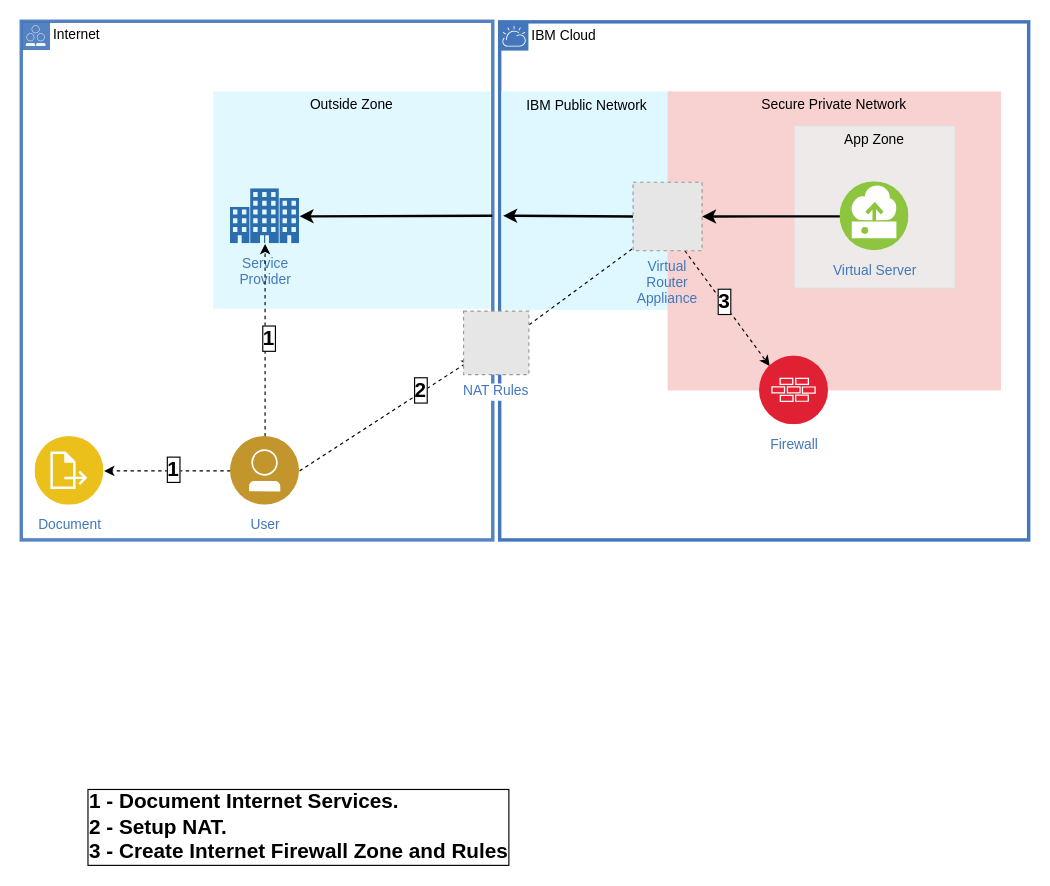
Earlier version of the draw.io diagram drawio/templates/ibm_virtual_router_appliance_NAT.drawio (ibm-cloud-architecture/ibm-cloud-stencils). Source tidied: cells renumbered, new cells numbered last; positions are measured from the earlier drawing's top-left corner, leaving out a move shared by most shapes. Both pictures are drawn from the tidied source at 115%, with x=0, y=0 at pixel (21, 21). Pictures stored in the file or linked from it are replaced by grey dashed boxes.
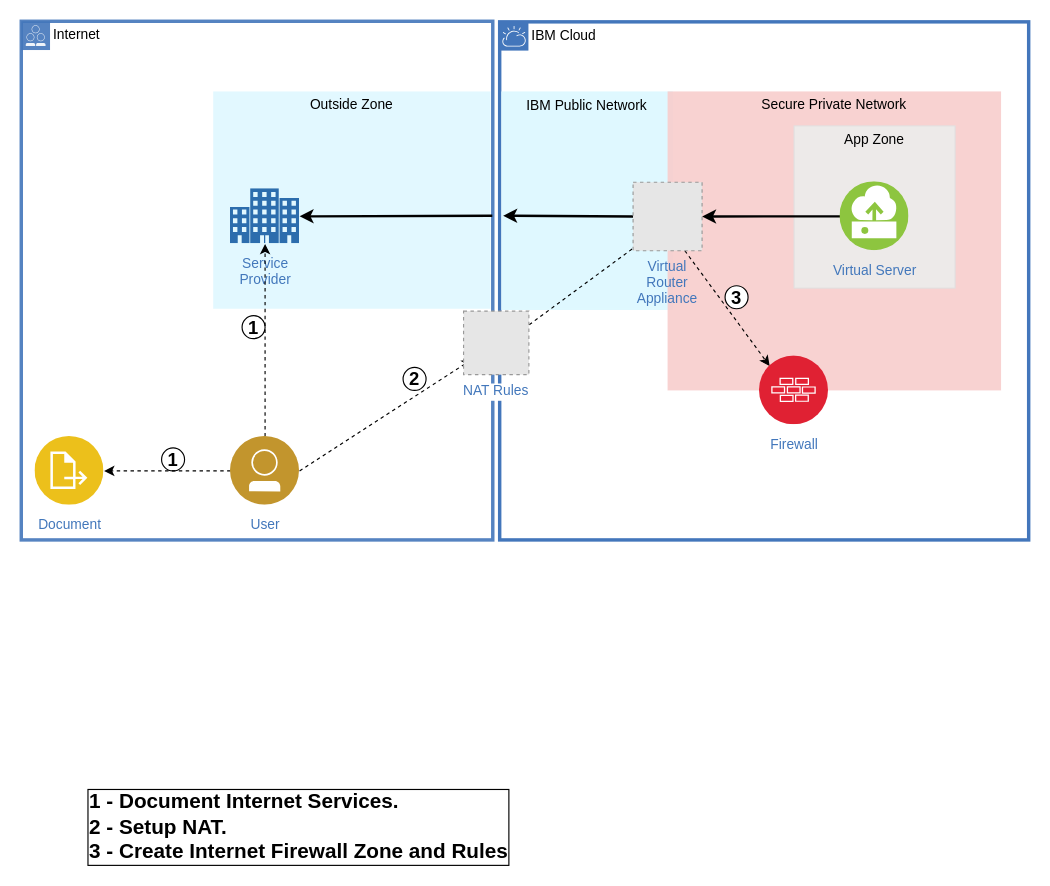
The same diagram, later.

The change refers to these unchanged cells:
```xml
<mxCell id="4" value="&lt;span&gt;&lt;font color=&quot;#000000&quot;&gt;Internet&lt;/font&gt;&lt;/span&gt;" style="shape=mxgraph.ibm.box;prType=public;fontStyle=0;verticalAlign=top;align=left;spacingLeft=32;spacingTop=4;fillColor=none;rounded=0;whiteSpace=wrap;html=1;strokeColor=#4376BB;strokeWidth=3;dashed=0;spacing=-4;fontColor=#4277BB;opacity=90;" parent="1" vertex="1">
  <mxGeometry width="410" height="451" as="geometry" />
</mxCell>
<mxCell id="6" value="&lt;span&gt;Secure Private Network&lt;/span&gt;" style="fontStyle=0;verticalAlign=top;align=center;spacingTop=-2;fillColor=#f8cecc;rounded=0;whiteSpace=wrap;html=1;strokeColor=none;strokeWidth=1;dashed=0;opacity=90;" parent="1" vertex="1">
  <mxGeometry x="562" y="61" width="290" height="260" as="geometry" />
</mxCell>
<mxCell id="8" style="edgeStyle=none;rounded=0;jettySize=auto;html=1;exitX=0.75;exitY=1;exitDx=0;exitDy=0;entryX=0;entryY=0;entryDx=0;entryDy=0;dashed=1;strokeColor=#000000;" parent="1" edge="1" source="26" target="13">
  <mxGeometry relative="1" as="geometry" />
</mxCell>
<mxCell id="15" style="edgeStyle=orthogonalEdgeStyle;rounded=0;jettySize=auto;html=1;exitX=0;exitY=0.5;exitDx=0;exitDy=0;entryX=1;entryY=0.5;entryDx=0;entryDy=0;dashed=1;" parent="1" edge="1" source="19" target="14">
  <mxGeometry relative="1" as="geometry" />
</mxCell>
<mxCell id="17" style="edgeStyle=orthogonalEdgeStyle;rounded=0;jettySize=auto;html=1;exitX=0.5;exitY=0;exitDx=0;exitDy=0;dashed=1;entryX=0.5;entryY=1;entryDx=0;entryDy=0;" parent="1" edge="1" source="19" target="10">
  <mxGeometry relative="1" as="geometry" />
</mxCell>
<mxCell id="20" style="rounded=0;jettySize=auto;html=1;exitX=1;exitY=0.5;exitDx=0;exitDy=0;dashed=1;entryX=0.131;entryY=0.759;entryDx=0;entryDy=0;entryPerimeter=0;" parent="1" edge="1" source="19" target="24">
  <mxGeometry relative="1" as="geometry" />
</mxCell>
```

What changed in the source:
```diff
@@
+    <mxCell id="28" value="&lt;b style=&quot;font-size: 16px;&quot;&gt;1&lt;/b&gt;" style="ellipse;whiteSpace=wrap;html=1;fontSize=16;" parent="4" vertex="1">
+      <mxGeometry x="122" y="371" width="20" height="20" as="geometry" />
+    </mxCell>
+    <mxCell id="29" value="&lt;b style=&quot;font-size: 16px;&quot;&gt;1&lt;/b&gt;" style="ellipse;whiteSpace=wrap;html=1;fontSize=16;" parent="4" vertex="1">
+      <mxGeometry x="192" y="256" width="20" height="20" as="geometry" />
+    </mxCell>
+    <mxCell id="21" value="&lt;b style=&quot;font-size: 16px&quot;&gt;2&lt;/b&gt;" style="ellipse;whiteSpace=wrap;html=1;fontSize=16;" parent="4" vertex="1">
+      <mxGeometry x="332" y="301" width="20" height="20" as="geometry" />
+    </mxCell>
@@
+    <mxCell id="9" value="&lt;b style=&quot;font-size: 16px&quot;&gt;3&lt;/b&gt;" style="ellipse;whiteSpace=wrap;html=1;fontSize=16;" parent="6" vertex="1">
+      <mxGeometry x="50" y="169" width="20" height="20" as="geometry" />
+    </mxCell>
@@
-    <mxCell id="9" value="&lt;font style=&quot;font-size: 18px&quot;&gt;&lt;b&gt;3&lt;/b&gt;&lt;/font&gt;" style="text;html=1;align=center;verticalAlign=middle;labelBackgroundColor=#ffffff;labelBorderColor=#000000;fontColor=#000000;" parent="8" vertex="1">
-      <mxGeometry x="-0.1" relative="1" as="geometry">
-        <mxPoint y="-1" as="offset" />
-      </mxGeometry>
-    </mxCell>
@@
-    <mxCell id="16" value="&lt;font style=&quot;font-size: 18px&quot;&gt;&lt;b&gt;1&lt;/b&gt;&lt;/font&gt;" style="text;html=1;align=center;verticalAlign=middle;labelBackgroundColor=#ffffff;labelBorderColor=#000000;fontColor=#000000;" parent="15" vertex="1">
-      <mxGeometry x="-0.07" y="-2" relative="1" as="geometry" />
-    </mxCell>
@@
-    <mxCell id="18" value="&lt;font style=&quot;font-size: 18px&quot;&gt;1&lt;/font&gt;" style="text;html=1;align=center;verticalAlign=middle;labelBackgroundColor=#ffffff;fontStyle=1;labelBorderColor=#000000;fontColor=#000000;" parent="17" vertex="1">
-      <mxGeometry x="0.03" y="-2" relative="1" as="geometry" />
-    </mxCell>
@@
-    <mxCell id="21" value="&lt;b&gt;&lt;font style=&quot;font-size: 18px&quot;&gt;2&lt;/font&gt;&lt;/b&gt;" style="text;html=1;align=center;verticalAlign=middle;labelBackgroundColor=#ffffff;labelBorderColor=#000000;fontColor=#000000;" parent="20" vertex="1">
-      <mxGeometry x="0.69" y="-2" relative="1" as="geometry">
-        <mxPoint x="-22.9" y="9.6" as="offset" />
-      </mxGeometry>
-    </mxCell>
```
